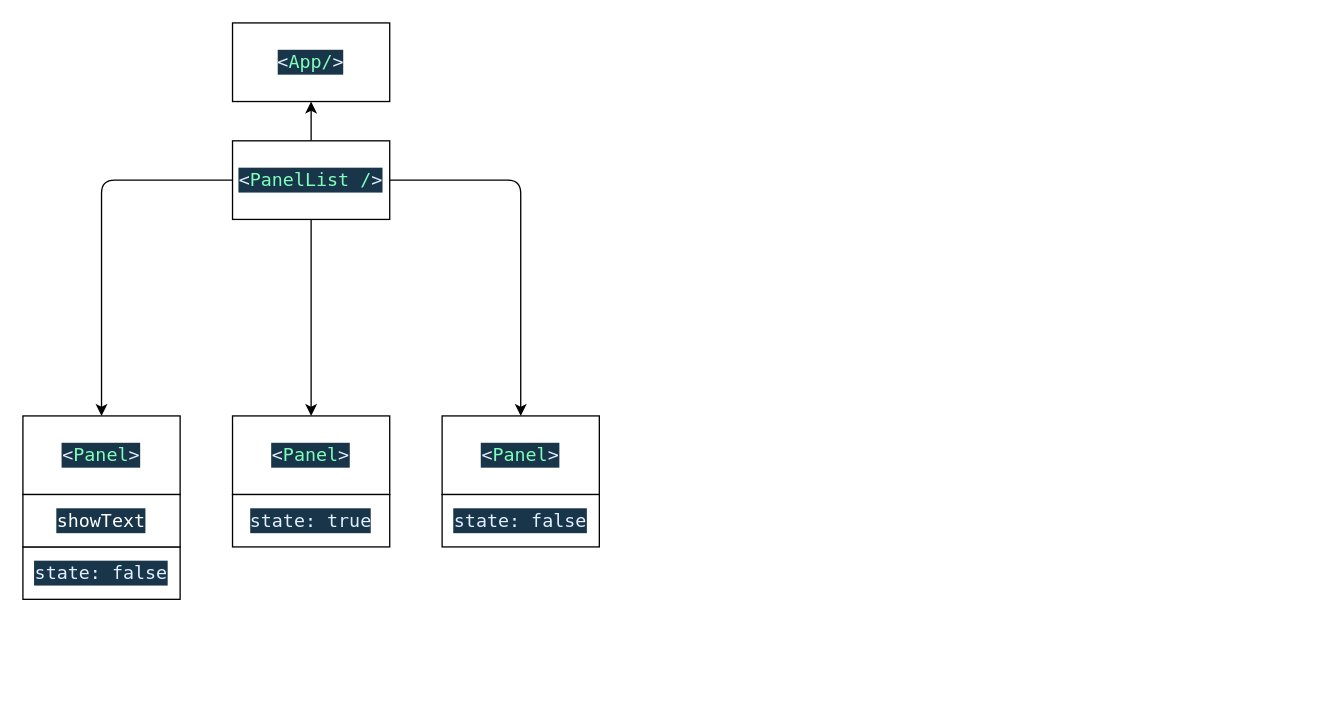
The draw.io diagram draw.drawio in MariusCodeAcademy/feu5_05_react_stateObj_propsFn_practice, before the edit. Source tidied: cells renumbered, new cells numbered last; positions are measured from the earlier drawing's top-left corner, leaving out a move shared by most shapes. Both pictures are drawn from the tidied source at 131%, with x=0, y=0 at pixel (22, 22).
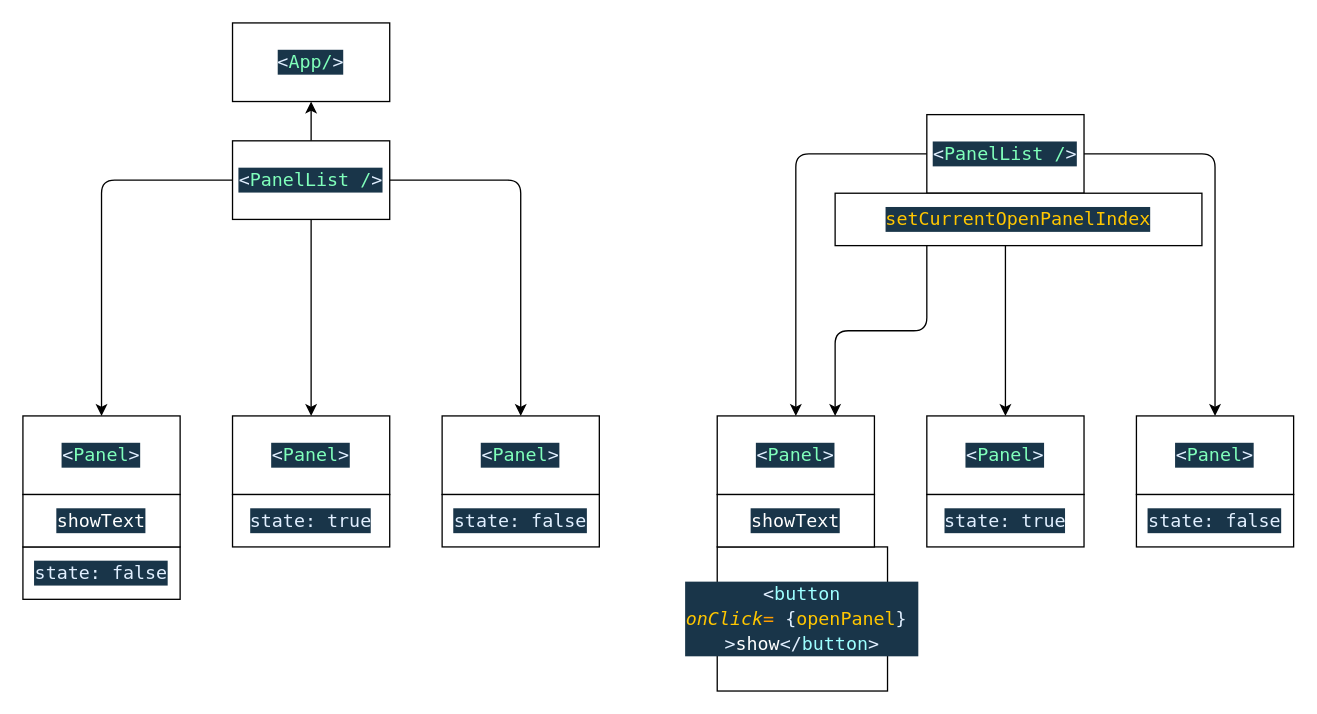
Above is the later version.

Change to the diagram source:
```diff
@@
+    <mxCell id="15" style="edgeStyle=orthogonalEdgeStyle;html=1;entryX=0.5;entryY=0;entryDx=0;entryDy=0;" parent="1" edge="1" source="18" target="19">
+      <mxGeometry relative="1" as="geometry" />
+    </mxCell>
+    <mxCell id="16" style="edgeStyle=orthogonalEdgeStyle;html=1;entryX=0.5;entryY=0;entryDx=0;entryDy=0;" parent="1" edge="1" source="18" target="20">
+      <mxGeometry relative="1" as="geometry" />
+    </mxCell>
+    <mxCell id="17" style="edgeStyle=orthogonalEdgeStyle;html=1;exitX=1;exitY=0.5;exitDx=0;exitDy=0;entryX=0.5;entryY=0;entryDx=0;entryDy=0;" parent="1" edge="1" source="18" target="21">
+      <mxGeometry relative="1" as="geometry" />
+    </mxCell>
+    <mxCell id="18" value="&lt;div style=&quot;color: rgb(255, 255, 255); background-color: rgb(25, 53, 73); font-family: &amp;quot;Cascadia code PL&amp;quot;, Menlo, Monaco, &amp;quot;Courier New&amp;quot;, monospace, Consolas, &amp;quot;Courier New&amp;quot;, monospace; font-size: 14px; line-height: 19px;&quot;&gt;&lt;span style=&quot;color: #e1efff;&quot;&gt;&amp;lt;&lt;/span&gt;&lt;span style=&quot;color: #80ffbb;&quot;&gt;PanelList /&lt;/span&gt;&lt;span style=&quot;color: #e1efff;&quot;&gt;&amp;gt;&lt;/span&gt;&lt;/div&gt;" style="rounded=0;whiteSpace=wrap;html=1;" parent="1" vertex="1">
+      <mxGeometry x="690" y="70" width="120" height="60" as="geometry" />
+    </mxCell>
+    <mxCell id="19" value="&lt;div style=&quot;color: rgb(255, 255, 255); background-color: rgb(25, 53, 73); font-family: &amp;quot;Cascadia code PL&amp;quot;, Menlo, Monaco, &amp;quot;Courier New&amp;quot;, monospace, Consolas, &amp;quot;Courier New&amp;quot;, monospace; font-size: 14px; line-height: 19px;&quot;&gt;&lt;div style=&quot;line-height: 19px;&quot;&gt;&lt;span style=&quot;color: #e1efff;&quot;&gt;&amp;lt;&lt;/span&gt;&lt;span style=&quot;color: #80ffbb;&quot;&gt;Panel&lt;/span&gt;&lt;span style=&quot;color: #e1efff;&quot;&gt;&amp;gt;&lt;/span&gt;&lt;/div&gt;&lt;/div&gt;" style="rounded=0;whiteSpace=wrap;html=1;" parent="1" vertex="1">
+      <mxGeometry x="530" y="300" width="120" height="60" as="geometry" />
+    </mxCell>
+    <mxCell id="20" value="&lt;div style=&quot;color: rgb(255, 255, 255); background-color: rgb(25, 53, 73); font-family: &amp;quot;Cascadia code PL&amp;quot;, Menlo, Monaco, &amp;quot;Courier New&amp;quot;, monospace, Consolas, &amp;quot;Courier New&amp;quot;, monospace; font-size: 14px; line-height: 19px;&quot;&gt;&lt;div style=&quot;line-height: 19px;&quot;&gt;&lt;span style=&quot;color: #e1efff;&quot;&gt;&amp;lt;&lt;/span&gt;&lt;span style=&quot;color: #80ffbb;&quot;&gt;Panel&lt;/span&gt;&lt;span style=&quot;color: #e1efff;&quot;&gt;&amp;gt;&lt;/span&gt;&lt;/div&gt;&lt;/div&gt;" style="rounded=0;whiteSpace=wrap;html=1;" parent="1" vertex="1">
+      <mxGeometry x="690" y="300" width="120" height="60" as="geometry" />
+    </mxCell>
+    <mxCell id="21" value="&lt;div style=&quot;color: rgb(255, 255, 255); background-color: rgb(25, 53, 73); font-family: &amp;quot;Cascadia code PL&amp;quot;, Menlo, Monaco, &amp;quot;Courier New&amp;quot;, monospace, Consolas, &amp;quot;Courier New&amp;quot;, monospace; font-size: 14px; line-height: 19px;&quot;&gt;&lt;div style=&quot;line-height: 19px;&quot;&gt;&lt;span style=&quot;color: #e1efff;&quot;&gt;&amp;lt;&lt;/span&gt;&lt;span style=&quot;color: #80ffbb;&quot;&gt;Panel&lt;/span&gt;&lt;span style=&quot;color: #e1efff;&quot;&gt;&amp;gt;&lt;/span&gt;&lt;/div&gt;&lt;/div&gt;" style="rounded=0;whiteSpace=wrap;html=1;" parent="1" vertex="1">
+      <mxGeometry x="850" y="300" width="120" height="60" as="geometry" />
+    </mxCell>
+    <mxCell id="22" value="&lt;div style=&quot;background-color: rgb(25, 53, 73); font-family: &amp;quot;Cascadia code PL&amp;quot;, Menlo, Monaco, &amp;quot;Courier New&amp;quot;, monospace, Consolas, &amp;quot;Courier New&amp;quot;, monospace; font-size: 14px; line-height: 19px;&quot;&gt;&lt;div style=&quot;line-height: 19px;&quot;&gt;&lt;div style=&quot;color: rgb(255, 255, 255); line-height: 19px;&quot;&gt;&lt;span style=&quot;color: #e1efff;&quot;&gt;&amp;lt;&lt;/span&gt;&lt;span style=&quot;color: #9effff;&quot;&gt;button&lt;/span&gt;&lt;/div&gt;&lt;div style=&quot;color: rgb(255, 255, 255); line-height: 19px;&quot;&gt;&lt;span style=&quot;color: #9effff;&quot;&gt; &lt;/span&gt;&lt;span style=&quot;color: #ffc600;font-style: italic;&quot;&gt;onClick&lt;/span&gt;&lt;span style=&quot;color: #ff9d00;&quot;&gt;=&amp;nbsp;&lt;/span&gt;&lt;span style=&quot;color: #e1efff;&quot;&gt;{&lt;/span&gt;&lt;span style=&quot;color: #ffc600;&quot;&gt;openPanel&lt;/span&gt;&lt;span style=&quot;color: #e1efff;&quot;&gt;}&amp;nbsp;&lt;/span&gt;&lt;/div&gt;&lt;div style=&quot;color: rgb(255, 255, 255); line-height: 19px;&quot;&gt;&lt;span style=&quot;color: #e1efff;&quot;&gt;&amp;gt;&lt;/span&gt;show&lt;span style=&quot;color: #e1efff;&quot;&gt;&amp;lt;/&lt;/span&gt;&lt;span style=&quot;color: #9effff;&quot;&gt;button&lt;/span&gt;&lt;span style=&quot;color: #e1efff;&quot;&gt;&amp;gt;&lt;/span&gt;&lt;/div&gt;&lt;/div&gt;&lt;/div&gt;" style="rounded=0;whiteSpace=wrap;html=1;" parent="1" vertex="1">
+      <mxGeometry x="530" y="400" width="130" height="110" as="geometry" />
+    </mxCell>
+    <mxCell id="23" value="&lt;div style=&quot;background-color: rgb(25, 53, 73); font-family: &amp;quot;Cascadia code PL&amp;quot;, Menlo, Monaco, &amp;quot;Courier New&amp;quot;, monospace, Consolas, &amp;quot;Courier New&amp;quot;, monospace; font-size: 14px; line-height: 19px;&quot;&gt;&lt;div style=&quot;line-height: 19px;&quot;&gt;&lt;font color=&quot;#e1efff&quot;&gt;state: true&lt;/font&gt;&lt;/div&gt;&lt;/div&gt;" style="rounded=0;whiteSpace=wrap;html=1;" parent="1" vertex="1">
+      <mxGeometry x="690" y="360" width="120" height="40" as="geometry" />
+    </mxCell>
+    <mxCell id="24" value="&lt;div style=&quot;background-color: rgb(25, 53, 73); font-family: &amp;quot;Cascadia code PL&amp;quot;, Menlo, Monaco, &amp;quot;Courier New&amp;quot;, monospace, Consolas, &amp;quot;Courier New&amp;quot;, monospace; font-size: 14px; line-height: 19px;&quot;&gt;&lt;div style=&quot;line-height: 19px;&quot;&gt;&lt;font color=&quot;#e1efff&quot;&gt;state: false&lt;/font&gt;&lt;/div&gt;&lt;/div&gt;" style="rounded=0;whiteSpace=wrap;html=1;" parent="1" vertex="1">
+      <mxGeometry x="850" y="360" width="120" height="40" as="geometry" />
+    </mxCell>
+    <mxCell id="25" value="&lt;div style=&quot;background-color: rgb(25, 53, 73); font-family: &amp;quot;Cascadia code PL&amp;quot;, Menlo, Monaco, &amp;quot;Courier New&amp;quot;, monospace, Consolas, &amp;quot;Courier New&amp;quot;, monospace; font-size: 14px; line-height: 19px;&quot;&gt;&lt;div style=&quot;line-height: 19px;&quot;&gt;&lt;div style=&quot;color: rgb(255, 255, 255); line-height: 19px;&quot;&gt;showText&lt;/div&gt;&lt;/div&gt;&lt;/div&gt;" style="rounded=0;whiteSpace=wrap;html=1;" parent="1" vertex="1">
+      <mxGeometry x="530" y="360" width="120" height="40" as="geometry" />
+    </mxCell>
+    <mxCell id="26" style="edgeStyle=orthogonalEdgeStyle;html=1;entryX=0.75;entryY=0;entryDx=0;entryDy=0;" parent="1" edge="1" source="27" target="19">
+      <mxGeometry relative="1" as="geometry">
+        <Array as="points">
+          <mxPoint x="690" y="235" />
+          <mxPoint x="620" y="235" />
+        </Array>
+      </mxGeometry>
+    </mxCell>
+    <mxCell id="27" value="&lt;div style=&quot;background-color: rgb(25, 53, 73); font-family: &amp;quot;Cascadia code PL&amp;quot;, Menlo, Monaco, &amp;quot;Courier New&amp;quot;, monospace, Consolas, &amp;quot;Courier New&amp;quot;, monospace; font-size: 14px; line-height: 19px;&quot;&gt;&lt;div style=&quot;line-height: 19px;&quot;&gt;&lt;div style=&quot;color: rgb(255, 255, 255); line-height: 19px;&quot;&gt;&lt;span style=&quot;color: #ffc600;&quot;&gt;setCurrentOpenPanelIndex&lt;/span&gt;&lt;/div&gt;&lt;/div&gt;&lt;/div&gt;" style="rounded=0;whiteSpace=wrap;html=1;" parent="1" vertex="1">
+      <mxGeometry x="620" y="130" width="280" height="40" as="geometry" />
+    </mxCell>
```
